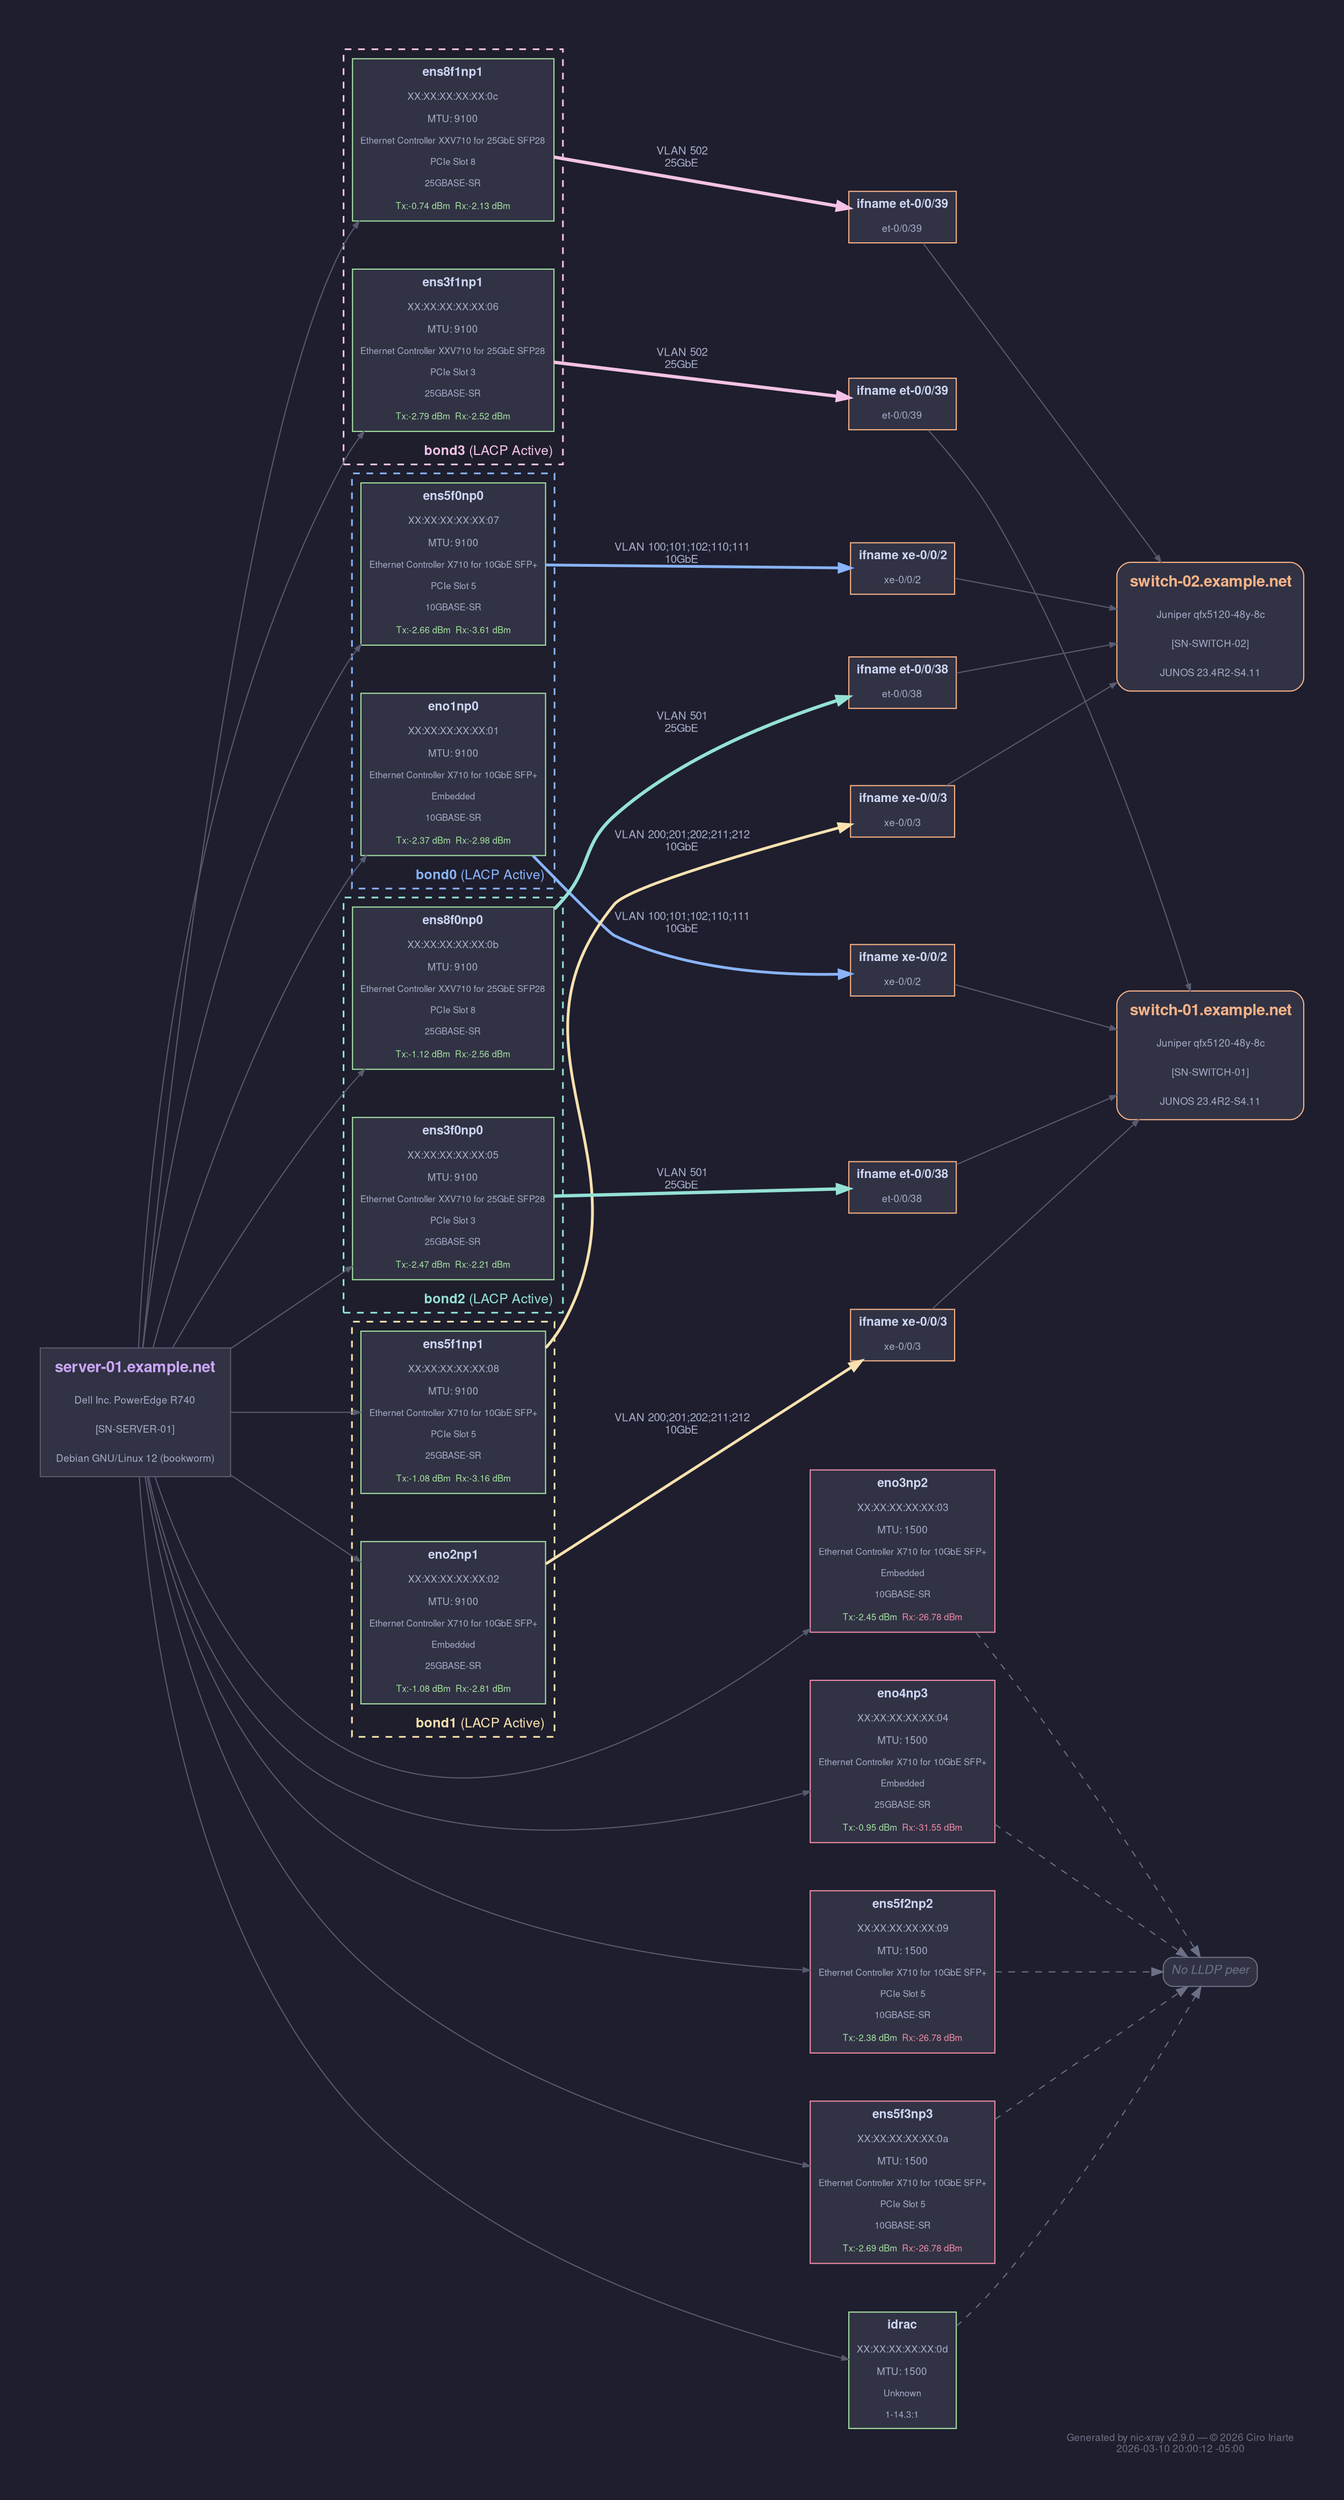
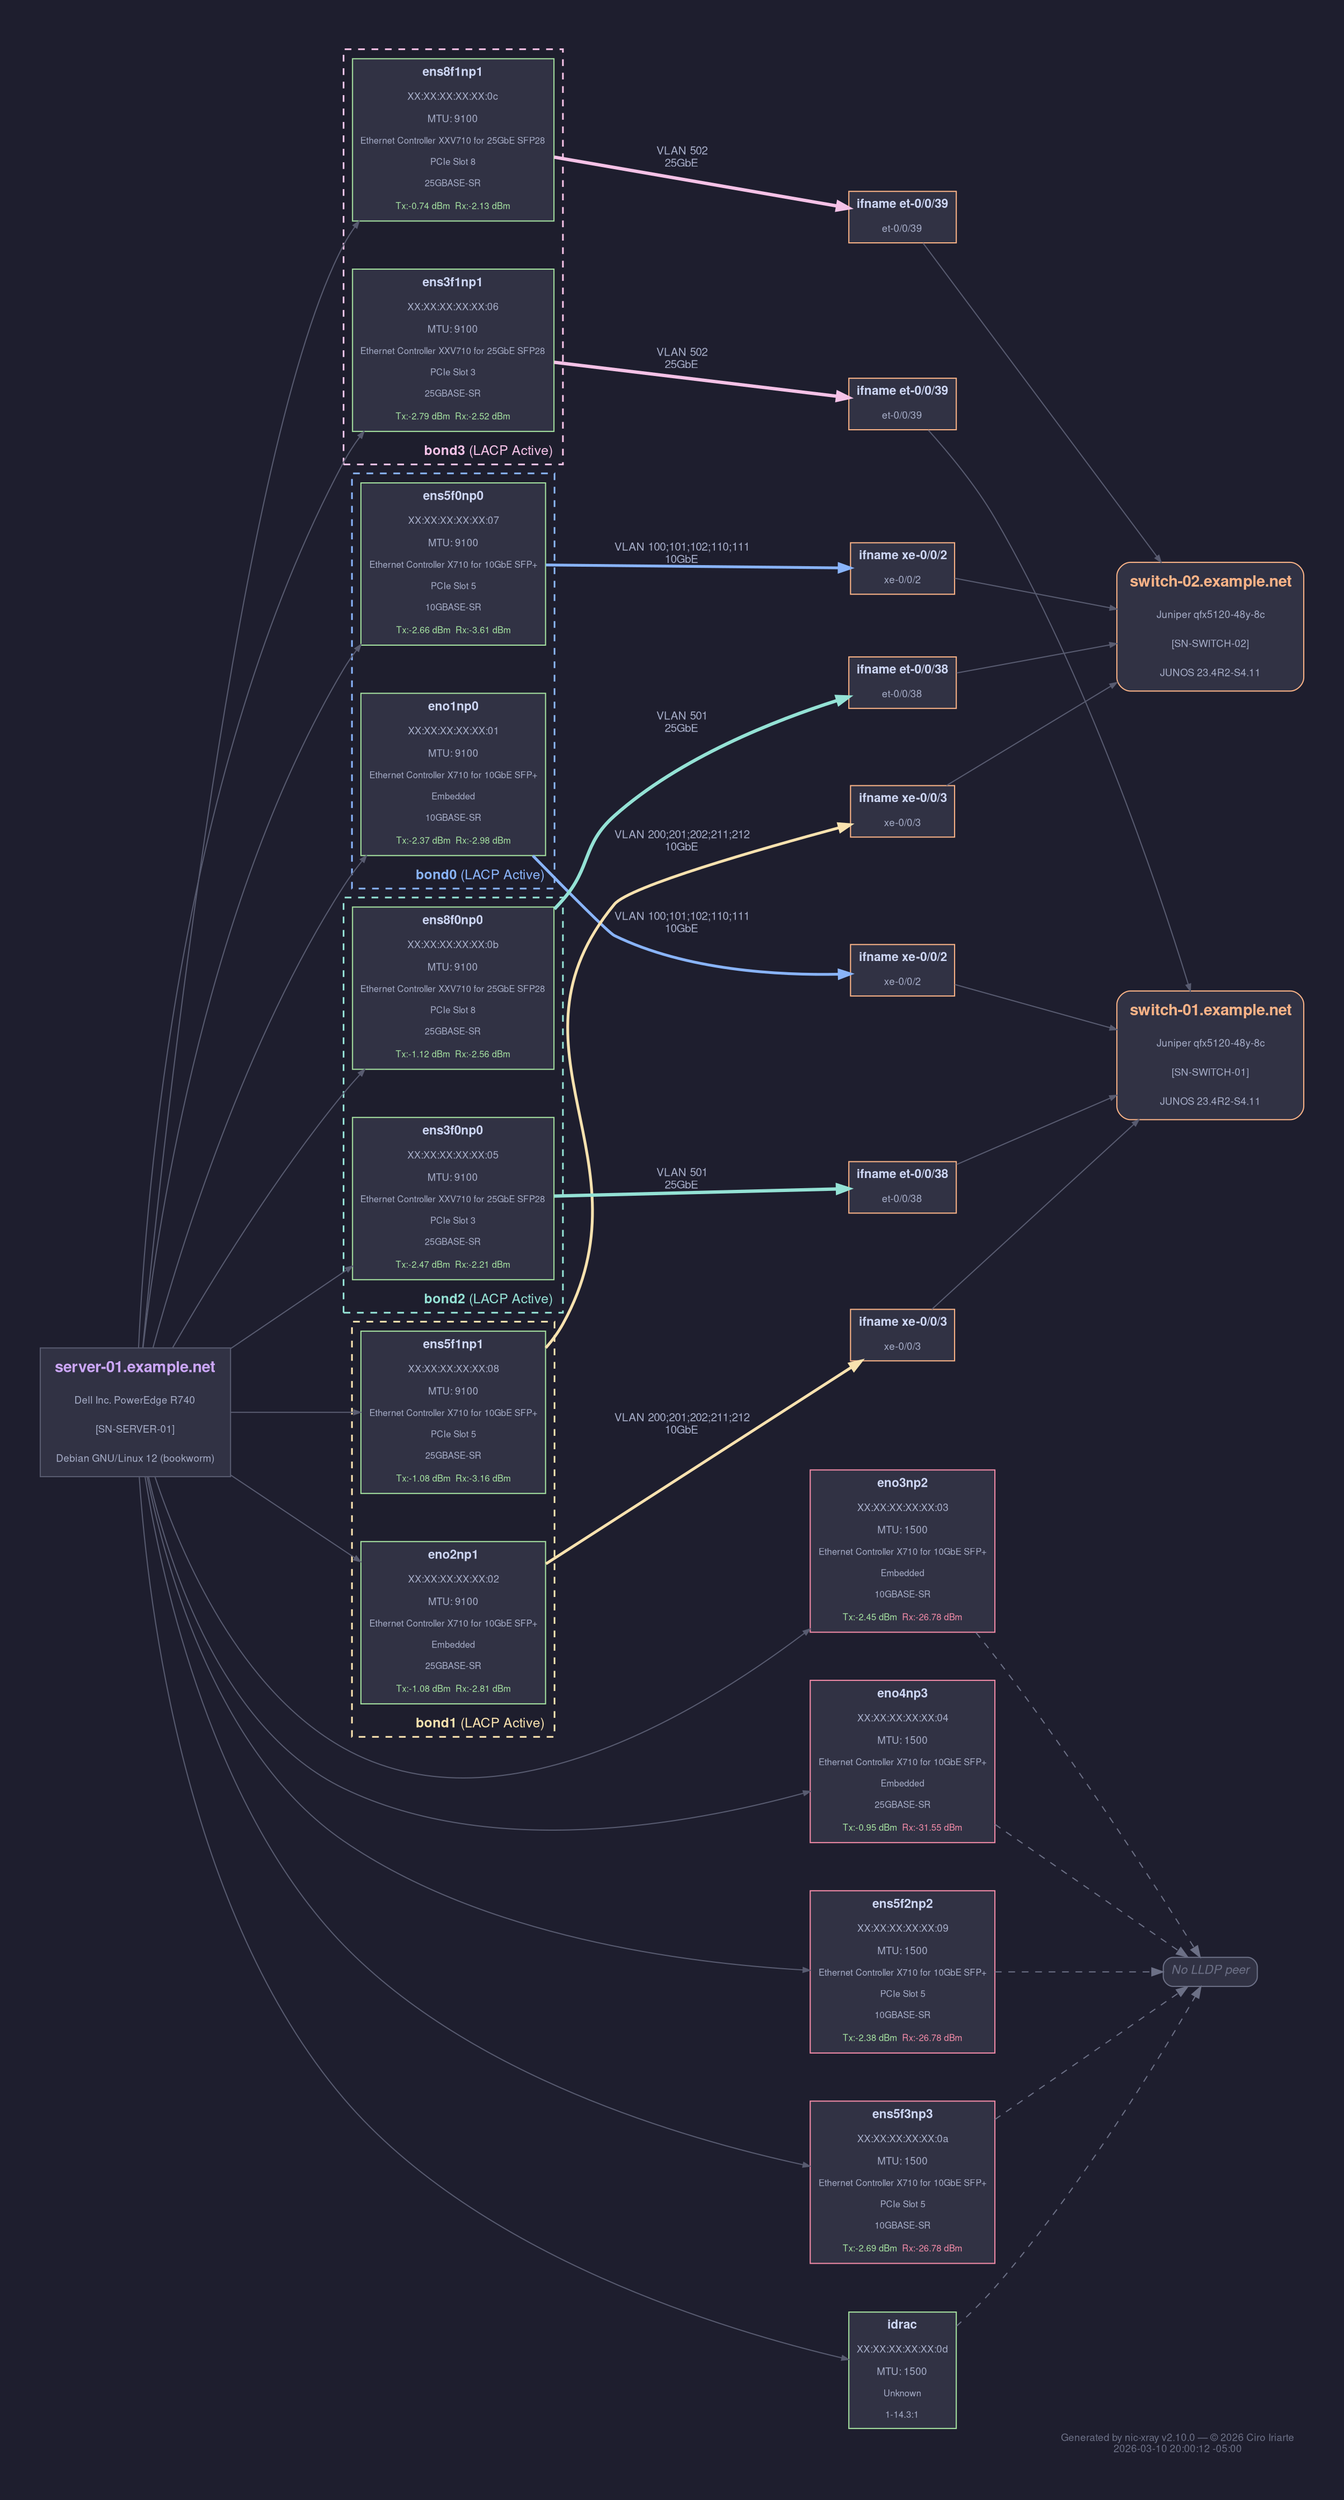
digraph nic_xray {
    rankdir=LR;
    bgcolor="#1e1e2e";
    fontname="Helvetica,Arial,sans-serif";
    fontcolor="#cdd6f4";
    pad="0.5";
    nodesep="0.6";
    ranksep="1.5";
    node [fontname="Helvetica,Arial,sans-serif", fontcolor="#cdd6f4", fontsize=11];
    edge [fontname="Helvetica,Arial,sans-serif", fontcolor="#a6adc8", fontsize=10];
-     label=<<FONT POINT-SIZE="9" COLOR="#6c7086">Generated by nic-xray v2.9.0 &mdash; &copy; 2026 Ciro Iriarte<BR/>2026-03-10 20:00:12 -05:00</FONT>>;
+     label=<<FONT POINT-SIZE="9" COLOR="#6c7086">Generated by nic-xray v2.10.0 &mdash; &copy; 2026 Ciro Iriarte<BR/>2026-03-10 20:00:12 -05:00</FONT>>;
    labeljust=r;
    labelloc=b;

    server [shape=plain, label=<
        <TABLE BORDER="1" CELLBORDER="0" CELLSPACING="4" CELLPADDING="6" BGCOLOR="#313244" COLOR="#585b70">
        <TR><TD COLSPAN="2"><FONT POINT-SIZE="14" COLOR="#cba6f7"><B>server-01.example.net</B></FONT></TD></TR>
        <TR><TD COLSPAN="2"><FONT POINT-SIZE="9" COLOR="#a6adc8">Dell Inc. PowerEdge R740</FONT></TD></TR>
        <TR><TD COLSPAN="2"><FONT POINT-SIZE="9" COLOR="#a6adc8">[SN-SERVER-01]</FONT></TD></TR>
        <TR><TD COLSPAN="2"><FONT POINT-SIZE="9" COLOR="#a6adc8">Debian GNU/Linux 12 (bookworm)</FONT></TD></TR>
        </TABLE>
    >];

    subgraph cluster_bond_0 {
        style=dashed;
        color="#89b4fa";
        bgcolor="#1e1e2ecc";
        fontcolor="#89b4fa";
        label=<<FONT POINT-SIZE="12"><B>bond0</B> (LACP Active)</FONT>>;
        penwidth=1.5;

        eno1np0 [shape=plain, label=<
            <TABLE BORDER="1" CELLBORDER="0" CELLSPACING="2" CELLPADDING="4" BGCOLOR="#313244" COLOR="#a6e3a1">
            <TR><TD><FONT COLOR="#cdd6f4"><B>eno1np0</B></FONT></TD></TR>
            <TR><TD><FONT POINT-SIZE="9" COLOR="#a6adc8">XX:XX:XX:XX:XX:01</FONT></TD></TR>
            <TR><TD><FONT POINT-SIZE="9" COLOR="#a6adc8">MTU: 9100</FONT></TD></TR>
            <TR><TD><FONT POINT-SIZE="8" COLOR="#a6adc8">Ethernet Controller X710 for 10GbE SFP+</FONT></TD></TR>
            <TR><TD><FONT POINT-SIZE="8" COLOR="#a6adc8">Embedded</FONT></TD></TR>
            <TR><TD><FONT POINT-SIZE="8" COLOR="#a6adc8">10GBASE-SR</FONT></TD></TR>
            <TR><TD><FONT POINT-SIZE="8" COLOR="#a6e3a1">Tx:-2.37 dBm</FONT> <FONT POINT-SIZE="8" COLOR="#a6e3a1">Rx:-2.98 dBm</FONT></TD></TR>
            </TABLE>
        >];
        ens5f0np0 [shape=plain, label=<
            <TABLE BORDER="1" CELLBORDER="0" CELLSPACING="2" CELLPADDING="4" BGCOLOR="#313244" COLOR="#a6e3a1">
            <TR><TD><FONT COLOR="#cdd6f4"><B>ens5f0np0</B></FONT></TD></TR>
            <TR><TD><FONT POINT-SIZE="9" COLOR="#a6adc8">XX:XX:XX:XX:XX:07</FONT></TD></TR>
            <TR><TD><FONT POINT-SIZE="9" COLOR="#a6adc8">MTU: 9100</FONT></TD></TR>
            <TR><TD><FONT POINT-SIZE="8" COLOR="#a6adc8">Ethernet Controller X710 for 10GbE SFP+</FONT></TD></TR>
            <TR><TD><FONT POINT-SIZE="8" COLOR="#a6adc8">PCIe Slot 5</FONT></TD></TR>
            <TR><TD><FONT POINT-SIZE="8" COLOR="#a6adc8">10GBASE-SR</FONT></TD></TR>
            <TR><TD><FONT POINT-SIZE="8" COLOR="#a6e3a1">Tx:-2.66 dBm</FONT> <FONT POINT-SIZE="8" COLOR="#a6e3a1">Rx:-3.61 dBm</FONT></TD></TR>
            </TABLE>
        >];
    }

    subgraph cluster_bond_1 {
        style=dashed;
        color="#f9e2af";
        bgcolor="#1e1e2ecc";
        fontcolor="#f9e2af";
        label=<<FONT POINT-SIZE="12"><B>bond1</B> (LACP Active)</FONT>>;
        penwidth=1.5;

        eno2np1 [shape=plain, label=<
            <TABLE BORDER="1" CELLBORDER="0" CELLSPACING="2" CELLPADDING="4" BGCOLOR="#313244" COLOR="#a6e3a1">
            <TR><TD><FONT COLOR="#cdd6f4"><B>eno2np1</B></FONT></TD></TR>
            <TR><TD><FONT POINT-SIZE="9" COLOR="#a6adc8">XX:XX:XX:XX:XX:02</FONT></TD></TR>
            <TR><TD><FONT POINT-SIZE="9" COLOR="#a6adc8">MTU: 9100</FONT></TD></TR>
            <TR><TD><FONT POINT-SIZE="8" COLOR="#a6adc8">Ethernet Controller X710 for 10GbE SFP+</FONT></TD></TR>
            <TR><TD><FONT POINT-SIZE="8" COLOR="#a6adc8">Embedded</FONT></TD></TR>
            <TR><TD><FONT POINT-SIZE="8" COLOR="#a6adc8">25GBASE-SR</FONT></TD></TR>
            <TR><TD><FONT POINT-SIZE="8" COLOR="#a6e3a1">Tx:-1.08 dBm</FONT> <FONT POINT-SIZE="8" COLOR="#a6e3a1">Rx:-2.81 dBm</FONT></TD></TR>
            </TABLE>
        >];
        ens5f1np1 [shape=plain, label=<
            <TABLE BORDER="1" CELLBORDER="0" CELLSPACING="2" CELLPADDING="4" BGCOLOR="#313244" COLOR="#a6e3a1">
            <TR><TD><FONT COLOR="#cdd6f4"><B>ens5f1np1</B></FONT></TD></TR>
            <TR><TD><FONT POINT-SIZE="9" COLOR="#a6adc8">XX:XX:XX:XX:XX:08</FONT></TD></TR>
            <TR><TD><FONT POINT-SIZE="9" COLOR="#a6adc8">MTU: 9100</FONT></TD></TR>
            <TR><TD><FONT POINT-SIZE="8" COLOR="#a6adc8">Ethernet Controller X710 for 10GbE SFP+</FONT></TD></TR>
            <TR><TD><FONT POINT-SIZE="8" COLOR="#a6adc8">PCIe Slot 5</FONT></TD></TR>
            <TR><TD><FONT POINT-SIZE="8" COLOR="#a6adc8">25GBASE-SR</FONT></TD></TR>
            <TR><TD><FONT POINT-SIZE="8" COLOR="#a6e3a1">Tx:-1.08 dBm</FONT> <FONT POINT-SIZE="8" COLOR="#a6e3a1">Rx:-3.16 dBm</FONT></TD></TR>
            </TABLE>
        >];
    }

    subgraph cluster_bond_2 {
        style=dashed;
        color="#94e2d5";
        bgcolor="#1e1e2ecc";
        fontcolor="#94e2d5";
        label=<<FONT POINT-SIZE="12"><B>bond2</B> (LACP Active)</FONT>>;
        penwidth=1.5;

        ens3f0np0 [shape=plain, label=<
            <TABLE BORDER="1" CELLBORDER="0" CELLSPACING="2" CELLPADDING="4" BGCOLOR="#313244" COLOR="#a6e3a1">
            <TR><TD><FONT COLOR="#cdd6f4"><B>ens3f0np0</B></FONT></TD></TR>
            <TR><TD><FONT POINT-SIZE="9" COLOR="#a6adc8">XX:XX:XX:XX:XX:05</FONT></TD></TR>
            <TR><TD><FONT POINT-SIZE="9" COLOR="#a6adc8">MTU: 9100</FONT></TD></TR>
            <TR><TD><FONT POINT-SIZE="8" COLOR="#a6adc8">Ethernet Controller XXV710 for 25GbE SFP28</FONT></TD></TR>
            <TR><TD><FONT POINT-SIZE="8" COLOR="#a6adc8">PCIe Slot 3</FONT></TD></TR>
            <TR><TD><FONT POINT-SIZE="8" COLOR="#a6adc8">25GBASE-SR</FONT></TD></TR>
            <TR><TD><FONT POINT-SIZE="8" COLOR="#a6e3a1">Tx:-2.47 dBm</FONT> <FONT POINT-SIZE="8" COLOR="#a6e3a1">Rx:-2.21 dBm</FONT></TD></TR>
            </TABLE>
        >];
        ens8f0np0 [shape=plain, label=<
            <TABLE BORDER="1" CELLBORDER="0" CELLSPACING="2" CELLPADDING="4" BGCOLOR="#313244" COLOR="#a6e3a1">
            <TR><TD><FONT COLOR="#cdd6f4"><B>ens8f0np0</B></FONT></TD></TR>
            <TR><TD><FONT POINT-SIZE="9" COLOR="#a6adc8">XX:XX:XX:XX:XX:0b</FONT></TD></TR>
            <TR><TD><FONT POINT-SIZE="9" COLOR="#a6adc8">MTU: 9100</FONT></TD></TR>
            <TR><TD><FONT POINT-SIZE="8" COLOR="#a6adc8">Ethernet Controller XXV710 for 25GbE SFP28</FONT></TD></TR>
            <TR><TD><FONT POINT-SIZE="8" COLOR="#a6adc8">PCIe Slot 8</FONT></TD></TR>
            <TR><TD><FONT POINT-SIZE="8" COLOR="#a6adc8">25GBASE-SR</FONT></TD></TR>
            <TR><TD><FONT POINT-SIZE="8" COLOR="#a6e3a1">Tx:-1.12 dBm</FONT> <FONT POINT-SIZE="8" COLOR="#a6e3a1">Rx:-2.56 dBm</FONT></TD></TR>
            </TABLE>
        >];
    }

    subgraph cluster_bond_3 {
        style=dashed;
        color="#f5c2e7";
        bgcolor="#1e1e2ecc";
        fontcolor="#f5c2e7";
        label=<<FONT POINT-SIZE="12"><B>bond3</B> (LACP Active)</FONT>>;
        penwidth=1.5;

        ens3f1np1 [shape=plain, label=<
            <TABLE BORDER="1" CELLBORDER="0" CELLSPACING="2" CELLPADDING="4" BGCOLOR="#313244" COLOR="#a6e3a1">
            <TR><TD><FONT COLOR="#cdd6f4"><B>ens3f1np1</B></FONT></TD></TR>
            <TR><TD><FONT POINT-SIZE="9" COLOR="#a6adc8">XX:XX:XX:XX:XX:06</FONT></TD></TR>
            <TR><TD><FONT POINT-SIZE="9" COLOR="#a6adc8">MTU: 9100</FONT></TD></TR>
            <TR><TD><FONT POINT-SIZE="8" COLOR="#a6adc8">Ethernet Controller XXV710 for 25GbE SFP28</FONT></TD></TR>
            <TR><TD><FONT POINT-SIZE="8" COLOR="#a6adc8">PCIe Slot 3</FONT></TD></TR>
            <TR><TD><FONT POINT-SIZE="8" COLOR="#a6adc8">25GBASE-SR</FONT></TD></TR>
            <TR><TD><FONT POINT-SIZE="8" COLOR="#a6e3a1">Tx:-2.79 dBm</FONT> <FONT POINT-SIZE="8" COLOR="#a6e3a1">Rx:-2.52 dBm</FONT></TD></TR>
            </TABLE>
        >];
        ens8f1np1 [shape=plain, label=<
            <TABLE BORDER="1" CELLBORDER="0" CELLSPACING="2" CELLPADDING="4" BGCOLOR="#313244" COLOR="#a6e3a1">
            <TR><TD><FONT COLOR="#cdd6f4"><B>ens8f1np1</B></FONT></TD></TR>
            <TR><TD><FONT POINT-SIZE="9" COLOR="#a6adc8">XX:XX:XX:XX:XX:0c</FONT></TD></TR>
            <TR><TD><FONT POINT-SIZE="9" COLOR="#a6adc8">MTU: 9100</FONT></TD></TR>
            <TR><TD><FONT POINT-SIZE="8" COLOR="#a6adc8">Ethernet Controller XXV710 for 25GbE SFP28</FONT></TD></TR>
            <TR><TD><FONT POINT-SIZE="8" COLOR="#a6adc8">PCIe Slot 8</FONT></TD></TR>
            <TR><TD><FONT POINT-SIZE="8" COLOR="#a6adc8">25GBASE-SR</FONT></TD></TR>
            <TR><TD><FONT POINT-SIZE="8" COLOR="#a6e3a1">Tx:-0.74 dBm</FONT> <FONT POINT-SIZE="8" COLOR="#a6e3a1">Rx:-2.13 dBm</FONT></TD></TR>
            </TABLE>
        >];
    }

    eno3np2 [shape=plain, label=<
        <TABLE BORDER="1" CELLBORDER="0" CELLSPACING="2" CELLPADDING="4" BGCOLOR="#313244" COLOR="#f38ba8">
        <TR><TD><FONT COLOR="#cdd6f4"><B>eno3np2</B></FONT></TD></TR>
        <TR><TD><FONT POINT-SIZE="9" COLOR="#a6adc8">XX:XX:XX:XX:XX:03</FONT></TD></TR>
        <TR><TD><FONT POINT-SIZE="9" COLOR="#a6adc8">MTU: 1500</FONT></TD></TR>
        <TR><TD><FONT POINT-SIZE="8" COLOR="#a6adc8">Ethernet Controller X710 for 10GbE SFP+</FONT></TD></TR>
        <TR><TD><FONT POINT-SIZE="8" COLOR="#a6adc8">Embedded</FONT></TD></TR>
        <TR><TD><FONT POINT-SIZE="8" COLOR="#a6adc8">10GBASE-SR</FONT></TD></TR>
        <TR><TD><FONT POINT-SIZE="8" COLOR="#a6e3a1">Tx:-2.45 dBm</FONT> <FONT POINT-SIZE="8" COLOR="#f38ba8">Rx:-26.78 dBm</FONT></TD></TR>
        </TABLE>
    >];

    eno4np3 [shape=plain, label=<
        <TABLE BORDER="1" CELLBORDER="0" CELLSPACING="2" CELLPADDING="4" BGCOLOR="#313244" COLOR="#f38ba8">
        <TR><TD><FONT COLOR="#cdd6f4"><B>eno4np3</B></FONT></TD></TR>
        <TR><TD><FONT POINT-SIZE="9" COLOR="#a6adc8">XX:XX:XX:XX:XX:04</FONT></TD></TR>
        <TR><TD><FONT POINT-SIZE="9" COLOR="#a6adc8">MTU: 1500</FONT></TD></TR>
        <TR><TD><FONT POINT-SIZE="8" COLOR="#a6adc8">Ethernet Controller X710 for 10GbE SFP+</FONT></TD></TR>
        <TR><TD><FONT POINT-SIZE="8" COLOR="#a6adc8">Embedded</FONT></TD></TR>
        <TR><TD><FONT POINT-SIZE="8" COLOR="#a6adc8">25GBASE-SR</FONT></TD></TR>
        <TR><TD><FONT POINT-SIZE="8" COLOR="#a6e3a1">Tx:-0.95 dBm</FONT> <FONT POINT-SIZE="8" COLOR="#f38ba8">Rx:-31.55 dBm</FONT></TD></TR>
        </TABLE>
    >];

    ens5f2np2 [shape=plain, label=<
        <TABLE BORDER="1" CELLBORDER="0" CELLSPACING="2" CELLPADDING="4" BGCOLOR="#313244" COLOR="#f38ba8">
        <TR><TD><FONT COLOR="#cdd6f4"><B>ens5f2np2</B></FONT></TD></TR>
        <TR><TD><FONT POINT-SIZE="9" COLOR="#a6adc8">XX:XX:XX:XX:XX:09</FONT></TD></TR>
        <TR><TD><FONT POINT-SIZE="9" COLOR="#a6adc8">MTU: 1500</FONT></TD></TR>
        <TR><TD><FONT POINT-SIZE="8" COLOR="#a6adc8">Ethernet Controller X710 for 10GbE SFP+</FONT></TD></TR>
        <TR><TD><FONT POINT-SIZE="8" COLOR="#a6adc8">PCIe Slot 5</FONT></TD></TR>
        <TR><TD><FONT POINT-SIZE="8" COLOR="#a6adc8">10GBASE-SR</FONT></TD></TR>
        <TR><TD><FONT POINT-SIZE="8" COLOR="#a6e3a1">Tx:-2.38 dBm</FONT> <FONT POINT-SIZE="8" COLOR="#f38ba8">Rx:-26.78 dBm</FONT></TD></TR>
        </TABLE>
    >];

    ens5f3np3 [shape=plain, label=<
        <TABLE BORDER="1" CELLBORDER="0" CELLSPACING="2" CELLPADDING="4" BGCOLOR="#313244" COLOR="#f38ba8">
        <TR><TD><FONT COLOR="#cdd6f4"><B>ens5f3np3</B></FONT></TD></TR>
        <TR><TD><FONT POINT-SIZE="9" COLOR="#a6adc8">XX:XX:XX:XX:XX:0a</FONT></TD></TR>
        <TR><TD><FONT POINT-SIZE="9" COLOR="#a6adc8">MTU: 1500</FONT></TD></TR>
        <TR><TD><FONT POINT-SIZE="8" COLOR="#a6adc8">Ethernet Controller X710 for 10GbE SFP+</FONT></TD></TR>
        <TR><TD><FONT POINT-SIZE="8" COLOR="#a6adc8">PCIe Slot 5</FONT></TD></TR>
        <TR><TD><FONT POINT-SIZE="8" COLOR="#a6adc8">10GBASE-SR</FONT></TD></TR>
        <TR><TD><FONT POINT-SIZE="8" COLOR="#a6e3a1">Tx:-2.69 dBm</FONT> <FONT POINT-SIZE="8" COLOR="#f38ba8">Rx:-26.78 dBm</FONT></TD></TR>
        </TABLE>
    >];

    idrac [shape=plain, label=<
        <TABLE BORDER="1" CELLBORDER="0" CELLSPACING="2" CELLPADDING="4" BGCOLOR="#313244" COLOR="#a6e3a1">
        <TR><TD><FONT COLOR="#cdd6f4"><B>idrac</B></FONT></TD></TR>
        <TR><TD><FONT POINT-SIZE="9" COLOR="#a6adc8">XX:XX:XX:XX:XX:0d</FONT></TD></TR>
        <TR><TD><FONT POINT-SIZE="9" COLOR="#a6adc8">MTU: 1500</FONT></TD></TR>
        <TR><TD><FONT POINT-SIZE="8" COLOR="#a6adc8">Unknown</FONT></TD></TR>
        <TR><TD><FONT POINT-SIZE="8" COLOR="#a6adc8">1-14.3:1</FONT></TD></TR>
        </TABLE>
    >];

    swport_dev_collapsed_ipf01cly_lf01_ifname_xe_0_0_2 [shape=plain, label=<
        <TABLE BORDER="1" CELLBORDER="0" CELLSPACING="2" CELLPADDING="4" BGCOLOR="#313244" COLOR="#fab387">
        <TR><TD><FONT COLOR="#cdd6f4"><B>ifname xe-0/0/2</B></FONT></TD></TR>
        <TR><TD><FONT POINT-SIZE="9" COLOR="#a6adc8">xe-0/0/2</FONT></TD></TR>
        </TABLE>
    >];

    swport_dev_collapsed_ipf01cly_lf01_ifname_xe_0_0_3 [shape=plain, label=<
        <TABLE BORDER="1" CELLBORDER="0" CELLSPACING="2" CELLPADDING="4" BGCOLOR="#313244" COLOR="#fab387">
        <TR><TD><FONT COLOR="#cdd6f4"><B>ifname xe-0/0/3</B></FONT></TD></TR>
        <TR><TD><FONT POINT-SIZE="9" COLOR="#a6adc8">xe-0/0/3</FONT></TD></TR>
        </TABLE>
    >];

    swport_dev_collapsed_ipf01cly_lf01_ifname_et_0_0_38 [shape=plain, label=<
        <TABLE BORDER="1" CELLBORDER="0" CELLSPACING="2" CELLPADDING="4" BGCOLOR="#313244" COLOR="#fab387">
        <TR><TD><FONT COLOR="#cdd6f4"><B>ifname et-0/0/38</B></FONT></TD></TR>
        <TR><TD><FONT POINT-SIZE="9" COLOR="#a6adc8">et-0/0/38</FONT></TD></TR>
        </TABLE>
    >];

    swport_dev_collapsed_ipf01cly_lf01_ifname_et_0_0_39 [shape=plain, label=<
        <TABLE BORDER="1" CELLBORDER="0" CELLSPACING="2" CELLPADDING="4" BGCOLOR="#313244" COLOR="#fab387">
        <TR><TD><FONT COLOR="#cdd6f4"><B>ifname et-0/0/39</B></FONT></TD></TR>
        <TR><TD><FONT POINT-SIZE="9" COLOR="#a6adc8">et-0/0/39</FONT></TD></TR>
        </TABLE>
    >];

    swport_dev_collapsed_ipf01cly_lf02_ifname_xe_0_0_2 [shape=plain, label=<
        <TABLE BORDER="1" CELLBORDER="0" CELLSPACING="2" CELLPADDING="4" BGCOLOR="#313244" COLOR="#fab387">
        <TR><TD><FONT COLOR="#cdd6f4"><B>ifname xe-0/0/2</B></FONT></TD></TR>
        <TR><TD><FONT POINT-SIZE="9" COLOR="#a6adc8">xe-0/0/2</FONT></TD></TR>
        </TABLE>
    >];

    swport_dev_collapsed_ipf01cly_lf02_ifname_xe_0_0_3 [shape=plain, label=<
        <TABLE BORDER="1" CELLBORDER="0" CELLSPACING="2" CELLPADDING="4" BGCOLOR="#313244" COLOR="#fab387">
        <TR><TD><FONT COLOR="#cdd6f4"><B>ifname xe-0/0/3</B></FONT></TD></TR>
        <TR><TD><FONT POINT-SIZE="9" COLOR="#a6adc8">xe-0/0/3</FONT></TD></TR>
        </TABLE>
    >];

    swport_dev_collapsed_ipf01cly_lf02_ifname_et_0_0_38 [shape=plain, label=<
        <TABLE BORDER="1" CELLBORDER="0" CELLSPACING="2" CELLPADDING="4" BGCOLOR="#313244" COLOR="#fab387">
        <TR><TD><FONT COLOR="#cdd6f4"><B>ifname et-0/0/38</B></FONT></TD></TR>
        <TR><TD><FONT POINT-SIZE="9" COLOR="#a6adc8">et-0/0/38</FONT></TD></TR>
        </TABLE>
    >];

    swport_dev_collapsed_ipf01cly_lf02_ifname_et_0_0_39 [shape=plain, label=<
        <TABLE BORDER="1" CELLBORDER="0" CELLSPACING="2" CELLPADDING="4" BGCOLOR="#313244" COLOR="#fab387">
        <TR><TD><FONT COLOR="#cdd6f4"><B>ifname et-0/0/39</B></FONT></TD></TR>
        <TR><TD><FONT POINT-SIZE="9" COLOR="#a6adc8">et-0/0/39</FONT></TD></TR>
        </TABLE>
    >];

    sw_switch_01_example_net [shape=plain, label=<
        <TABLE BORDER="1" CELLBORDER="0" CELLSPACING="4" CELLPADDING="6" BGCOLOR="#313244" COLOR="#fab387" STYLE="ROUNDED">
        <TR><TD><FONT POINT-SIZE="14" COLOR="#fab387"><B>switch-01.example.net</B></FONT></TD></TR>
        <TR><TD><FONT POINT-SIZE="9" COLOR="#a6adc8">Juniper qfx5120-48y-8c</FONT></TD></TR>
        <TR><TD><FONT POINT-SIZE="9" COLOR="#a6adc8">[SN-SWITCH-01]</FONT></TD></TR>
        <TR><TD><FONT POINT-SIZE="9" COLOR="#a6adc8">JUNOS 23.4R2-S4.11</FONT></TD></TR>
        </TABLE>
    >];

    sw_switch_02_example_net [shape=plain, label=<
        <TABLE BORDER="1" CELLBORDER="0" CELLSPACING="4" CELLPADDING="6" BGCOLOR="#313244" COLOR="#fab387" STYLE="ROUNDED">
        <TR><TD><FONT POINT-SIZE="14" COLOR="#fab387"><B>switch-02.example.net</B></FONT></TD></TR>
        <TR><TD><FONT POINT-SIZE="9" COLOR="#a6adc8">Juniper qfx5120-48y-8c</FONT></TD></TR>
        <TR><TD><FONT POINT-SIZE="9" COLOR="#a6adc8">[SN-SWITCH-02]</FONT></TD></TR>
        <TR><TD><FONT POINT-SIZE="9" COLOR="#a6adc8">JUNOS 23.4R2-S4.11</FONT></TD></TR>
        </TABLE>
    >];

    no_lldp_peer [shape=plain, label=<
        <TABLE BORDER="1" CELLBORDER="0" CELLSPACING="2" CELLPADDING="4" BGCOLOR="#313244" COLOR="#6c7086" STYLE="ROUNDED">
        <TR><TD><FONT COLOR="#6c7086"><I>No LLDP peer</I></FONT></TD></TR>
        </TABLE>
    >];

    server -> eno1np0 [color="#585b70", penwidth=1.0, arrowsize=0.6];
    server -> eno2np1 [color="#585b70", penwidth=1.0, arrowsize=0.6];
    server -> eno3np2 [color="#585b70", penwidth=1.0, arrowsize=0.6];
    server -> eno4np3 [color="#585b70", penwidth=1.0, arrowsize=0.6];
    server -> ens3f0np0 [color="#585b70", penwidth=1.0, arrowsize=0.6];
    server -> ens3f1np1 [color="#585b70", penwidth=1.0, arrowsize=0.6];
    server -> ens5f0np0 [color="#585b70", penwidth=1.0, arrowsize=0.6];
    server -> ens5f1np1 [color="#585b70", penwidth=1.0, arrowsize=0.6];
    server -> ens5f2np2 [color="#585b70", penwidth=1.0, arrowsize=0.6];
    server -> ens5f3np3 [color="#585b70", penwidth=1.0, arrowsize=0.6];
    server -> ens8f0np0 [color="#585b70", penwidth=1.0, arrowsize=0.6];
    server -> ens8f1np1 [color="#585b70", penwidth=1.0, arrowsize=0.6];
    server -> idrac [color="#585b70", penwidth=1.0, arrowsize=0.6];

    eno1np0 -> swport_dev_collapsed_ipf01cly_lf01_ifname_xe_0_0_2 [label=<VLAN 100;101;102;110;111<BR/>10GbE>, penwidth=2.5, color="#89b4fa", fontcolor="#a6adc8"];
    eno2np1 -> swport_dev_collapsed_ipf01cly_lf01_ifname_xe_0_0_3 [label=<VLAN 200;201;202;211;212<BR/>10GbE>, penwidth=2.5, color="#f9e2af", fontcolor="#a6adc8"];
    eno3np2 -> no_lldp_peer [style=dashed, color="#6c7086", fontcolor="#6c7086", penwidth=1.0];
    eno4np3 -> no_lldp_peer [style=dashed, color="#6c7086", fontcolor="#6c7086", penwidth=1.0];
    ens3f0np0 -> swport_dev_collapsed_ipf01cly_lf01_ifname_et_0_0_38 [label=<VLAN 501<BR/>25GbE>, penwidth=3.0, color="#94e2d5", fontcolor="#a6adc8"];
    ens3f1np1 -> swport_dev_collapsed_ipf01cly_lf01_ifname_et_0_0_39 [label=<VLAN 502<BR/>25GbE>, penwidth=3.0, color="#f5c2e7", fontcolor="#a6adc8"];
    ens5f0np0 -> swport_dev_collapsed_ipf01cly_lf02_ifname_xe_0_0_2 [label=<VLAN 100;101;102;110;111<BR/>10GbE>, penwidth=2.5, color="#89b4fa", fontcolor="#a6adc8"];
    ens5f1np1 -> swport_dev_collapsed_ipf01cly_lf02_ifname_xe_0_0_3 [label=<VLAN 200;201;202;211;212<BR/>10GbE>, penwidth=2.5, color="#f9e2af", fontcolor="#a6adc8"];
    ens5f2np2 -> no_lldp_peer [style=dashed, color="#6c7086", fontcolor="#6c7086", penwidth=1.0];
    ens5f3np3 -> no_lldp_peer [style=dashed, color="#6c7086", fontcolor="#6c7086", penwidth=1.0];
    ens8f0np0 -> swport_dev_collapsed_ipf01cly_lf02_ifname_et_0_0_38 [label=<VLAN 501<BR/>25GbE>, penwidth=3.0, color="#94e2d5", fontcolor="#a6adc8"];
    ens8f1np1 -> swport_dev_collapsed_ipf01cly_lf02_ifname_et_0_0_39 [label=<VLAN 502<BR/>25GbE>, penwidth=3.0, color="#f5c2e7", fontcolor="#a6adc8"];
    idrac -> no_lldp_peer [style=dashed, color="#6c7086", fontcolor="#6c7086", penwidth=1.0];
    swport_dev_collapsed_ipf01cly_lf01_ifname_xe_0_0_2 -> sw_switch_01_example_net [color="#585b70", penwidth=1.0, arrowsize=0.6];
    swport_dev_collapsed_ipf01cly_lf01_ifname_xe_0_0_3 -> sw_switch_01_example_net [color="#585b70", penwidth=1.0, arrowsize=0.6];
    swport_dev_collapsed_ipf01cly_lf01_ifname_et_0_0_38 -> sw_switch_01_example_net [color="#585b70", penwidth=1.0, arrowsize=0.6];
    swport_dev_collapsed_ipf01cly_lf01_ifname_et_0_0_39 -> sw_switch_01_example_net [color="#585b70", penwidth=1.0, arrowsize=0.6];
    swport_dev_collapsed_ipf01cly_lf02_ifname_xe_0_0_2 -> sw_switch_02_example_net [color="#585b70", penwidth=1.0, arrowsize=0.6];
    swport_dev_collapsed_ipf01cly_lf02_ifname_xe_0_0_3 -> sw_switch_02_example_net [color="#585b70", penwidth=1.0, arrowsize=0.6];
    swport_dev_collapsed_ipf01cly_lf02_ifname_et_0_0_38 -> sw_switch_02_example_net [color="#585b70", penwidth=1.0, arrowsize=0.6];
    swport_dev_collapsed_ipf01cly_lf02_ifname_et_0_0_39 -> sw_switch_02_example_net [color="#585b70", penwidth=1.0, arrowsize=0.6];

    { rank=min; server; }
    { rank=max; sw_switch_01_example_net; sw_switch_02_example_net; no_lldp_peer; }
}
